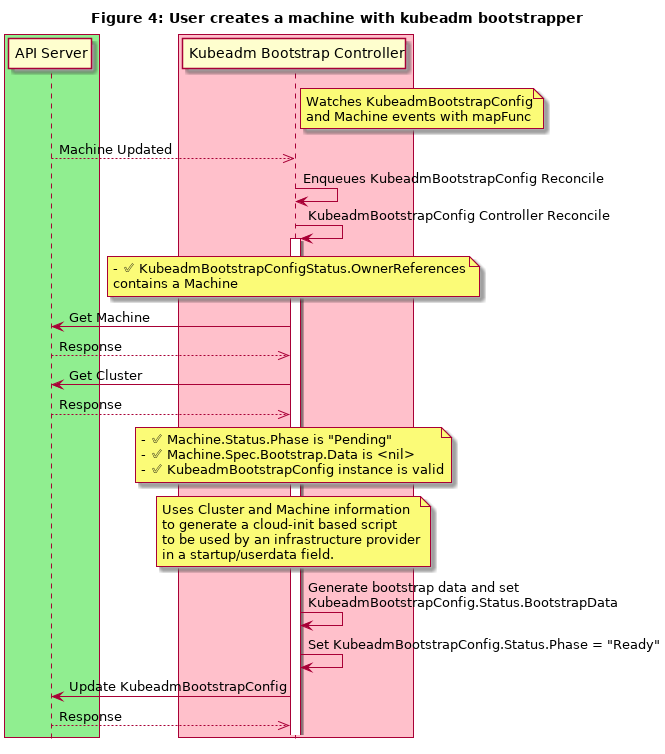
Above: docs/proposals/images/machine-states-preboot/Figure4.png in kubernetes-sigs/cluster-api (PlantUML), before the change.
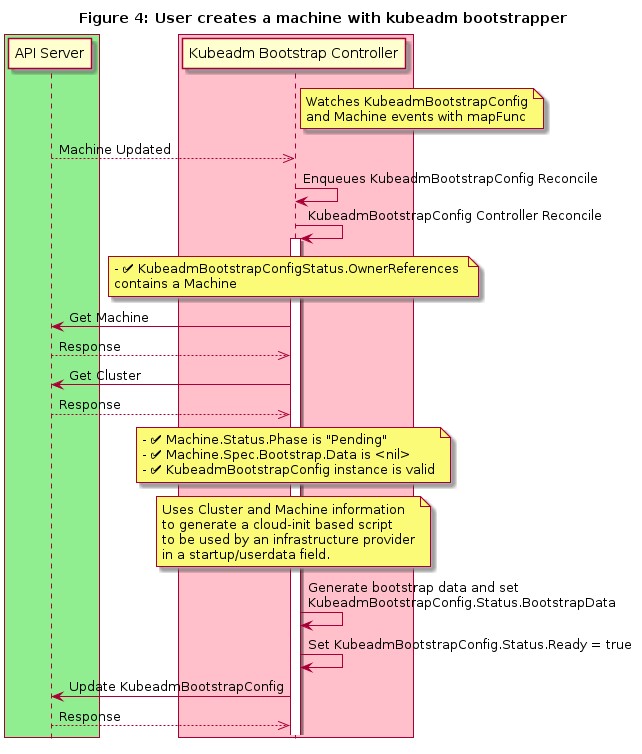
Above is the later version.

Commit message:
Update bootstrap proposal: document Status.Ready

What changed in the source:
```diff
@@ -34,7 +34,7 @@
 
 "Kubeadm Bootstrap Controller"-> "Kubeadm Bootstrap Controller":Generate bootstrap data and set\nKubeadmBootstrapConfig.Status.BootstrapData
 
-"Kubeadm Bootstrap Controller"-> "Kubeadm Bootstrap Controller":Set KubeadmBootstrapConfig.Status.Phase = "Ready"
+"Kubeadm Bootstrap Controller"-> "Kubeadm Bootstrap Controller":Set KubeadmBootstrapConfig.Status.Ready = true
 
 "Kubeadm Bootstrap Controller"->"API Server": Update KubeadmBootstrapConfig
 "Kubeadm Bootstrap Controller"<<--"API Server": Response
```
